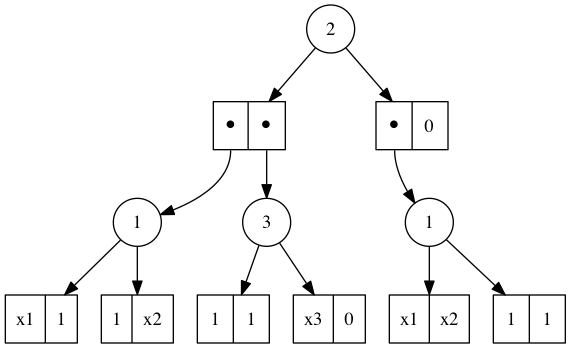
The Graphviz diagram dotG/test2/f=x1⊕x2.dot.png in fangbq/SFDD, before a commit. Its source is kept beside it as dotG/test2/f=x1⊕x2.dot. Its diagram source:
```dot
digraph G {
	Dec_0_1 [shape=circle, label="2"]
	Dec_0_1 -> Ele_1_14
	Ele_1_14 [shape=record,label="<f0> ●|<f1> ●"]
	Ele_1_14:f0 -> Dec_2_21
	Dec_2_21 [shape=circle, label="1"]
	Dec_2_21 -> Ele_3_39
	Ele_3_39 [shape=record,label="<f0> x1|<f1> 1"]
	Dec_2_21 -> Ele_3_40
	Ele_3_40 [shape=record,label="<f0> 1|<f1> x2"]
	Ele_1_14:f1 -> Dec_2_22
	Dec_2_22 [shape=circle, label="3"]
	Dec_2_22 -> Ele_3_41
	Ele_3_41 [shape=record,label="<f0> 1|<f1> 1"]
	Dec_2_22 -> Ele_3_42
	Ele_3_42 [shape=record,label="<f0> x3|<f1> 0"]
	Dec_0_1 -> Ele_1_15
	Ele_1_15 [shape=record,label="<f0> ●|<f1> 0"]
	Ele_1_15:f0 -> Dec_2_23
	Dec_2_23 [shape=circle, label="1"]
	Dec_2_23 -> Ele_3_43
	Ele_3_43 [shape=record,label="<f0> x1|<f1> x2"]
	Dec_2_23 -> Ele_3_44
	Ele_3_44 [shape=record,label="<f0> 1|<f1> 1"]
}
```
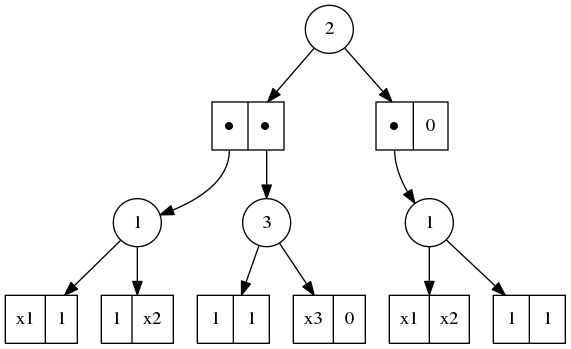
The same diagram one commit later.

The edit, as a diff of the source:
```diff
@@ -1,25 +1,25 @@
 digraph G {
 	Dec_0_1 [shape=circle, label="2"]
-	Dec_0_1 -> Ele_1_14
-	Ele_1_14 [shape=record,label="<f0> ●|<f1> ●"]
-	Ele_1_14:f0 -> Dec_2_21
-	Dec_2_21 [shape=circle, label="1"]
-	Dec_2_21 -> Ele_3_39
-	Ele_3_39 [shape=record,label="<f0> x1|<f1> 1"]
-	Dec_2_21 -> Ele_3_40
-	Ele_3_40 [shape=record,label="<f0> 1|<f1> x2"]
-	Ele_1_14:f1 -> Dec_2_22
-	Dec_2_22 [shape=circle, label="3"]
-	Dec_2_22 -> Ele_3_41
-	Ele_3_41 [shape=record,label="<f0> 1|<f1> 1"]
-	Dec_2_22 -> Ele_3_42
-	Ele_3_42 [shape=record,label="<f0> x3|<f1> 0"]
-	Dec_0_1 -> Ele_1_15
-	Ele_1_15 [shape=record,label="<f0> ●|<f1> 0"]
-	Ele_1_15:f0 -> Dec_2_23
-	Dec_2_23 [shape=circle, label="1"]
-	Dec_2_23 -> Ele_3_43
-	Ele_3_43 [shape=record,label="<f0> x1|<f1> x2"]
-	Dec_2_23 -> Ele_3_44
-	Ele_3_44 [shape=record,label="<f0> 1|<f1> 1"]
+	Dec_0_1 -> Ele_1_17
+	Ele_1_17 [shape=record,label="<f0> ●|<f1> ●"]
+	Ele_1_17:f0 -> Dec_2_25
+	Dec_2_25 [shape=circle, label="1"]
+	Dec_2_25 -> Ele_3_45
+	Ele_3_45 [shape=record,label="<f0> x1|<f1> 1"]
+	Dec_2_25 -> Ele_3_46
+	Ele_3_46 [shape=record,label="<f0> 1|<f1> x2"]
+	Ele_1_17:f1 -> Dec_2_26
+	Dec_2_26 [shape=circle, label="3"]
+	Dec_2_26 -> Ele_3_47
+	Ele_3_47 [shape=record,label="<f0> 1|<f1> 1"]
+	Dec_2_26 -> Ele_3_48
+	Ele_3_48 [shape=record,label="<f0> x3|<f1> 0"]
+	Dec_0_1 -> Ele_1_18
+	Ele_1_18 [shape=record,label="<f0> ●|<f1> 0"]
+	Ele_1_18:f0 -> Dec_2_27
+	Dec_2_27 [shape=circle, label="1"]
+	Dec_2_27 -> Ele_3_49
+	Ele_3_49 [shape=record,label="<f0> x1|<f1> x2"]
+	Dec_2_27 -> Ele_3_50
+	Ele_3_50 [shape=record,label="<f0> 1|<f1> 1"]
 }
```
